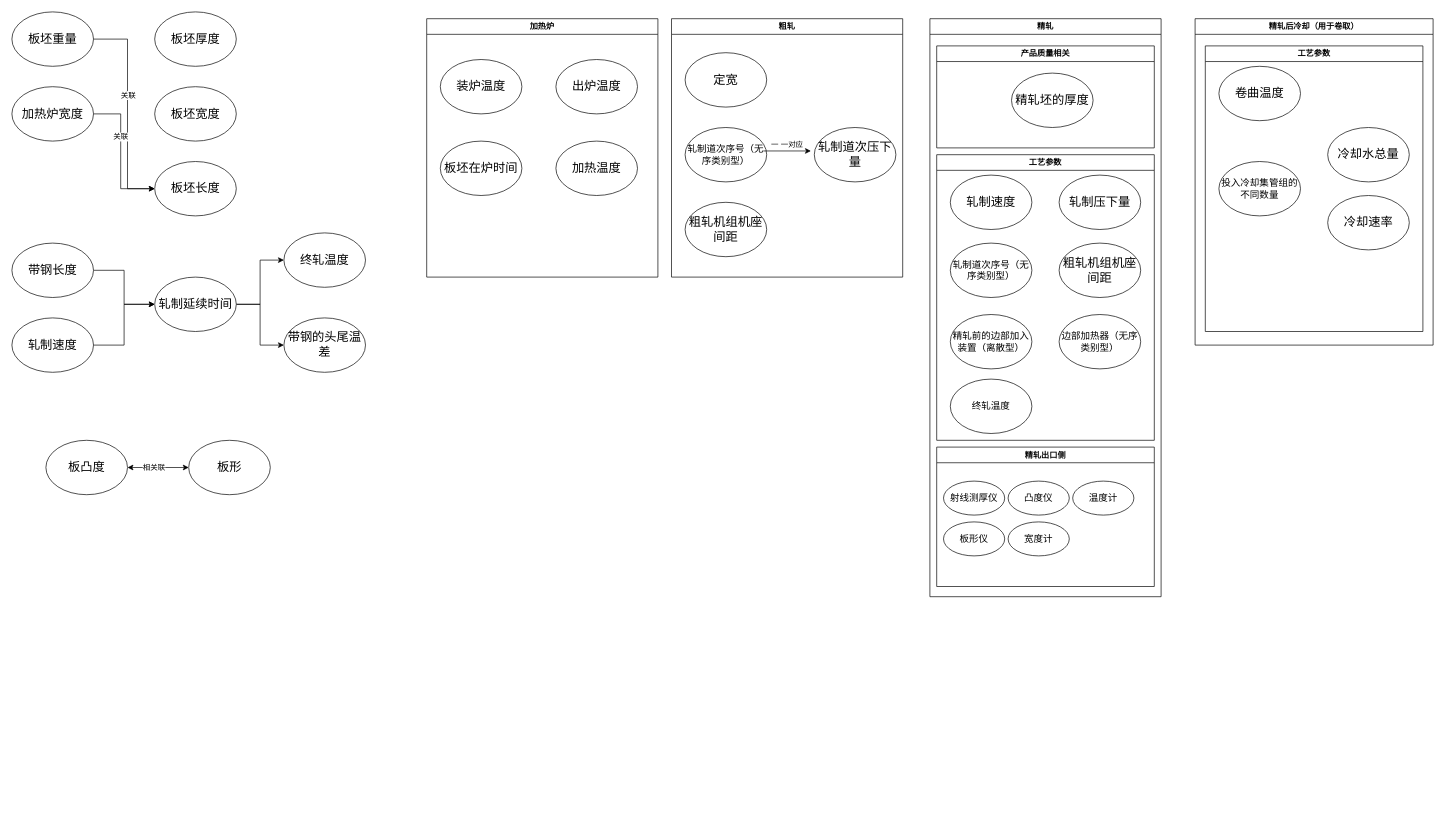
This is 未命名绘图.drawio from shenkongzhixia/math, a draw.io file, before an edit. Source tidied: cells renumbered, new cells numbered last; positions are measured from the earlier drawing's top-left corner, leaving out a move shared by most shapes. Both pictures are drawn from the tidied source at 68%, with x=0, y=0 at pixel (12, 12).
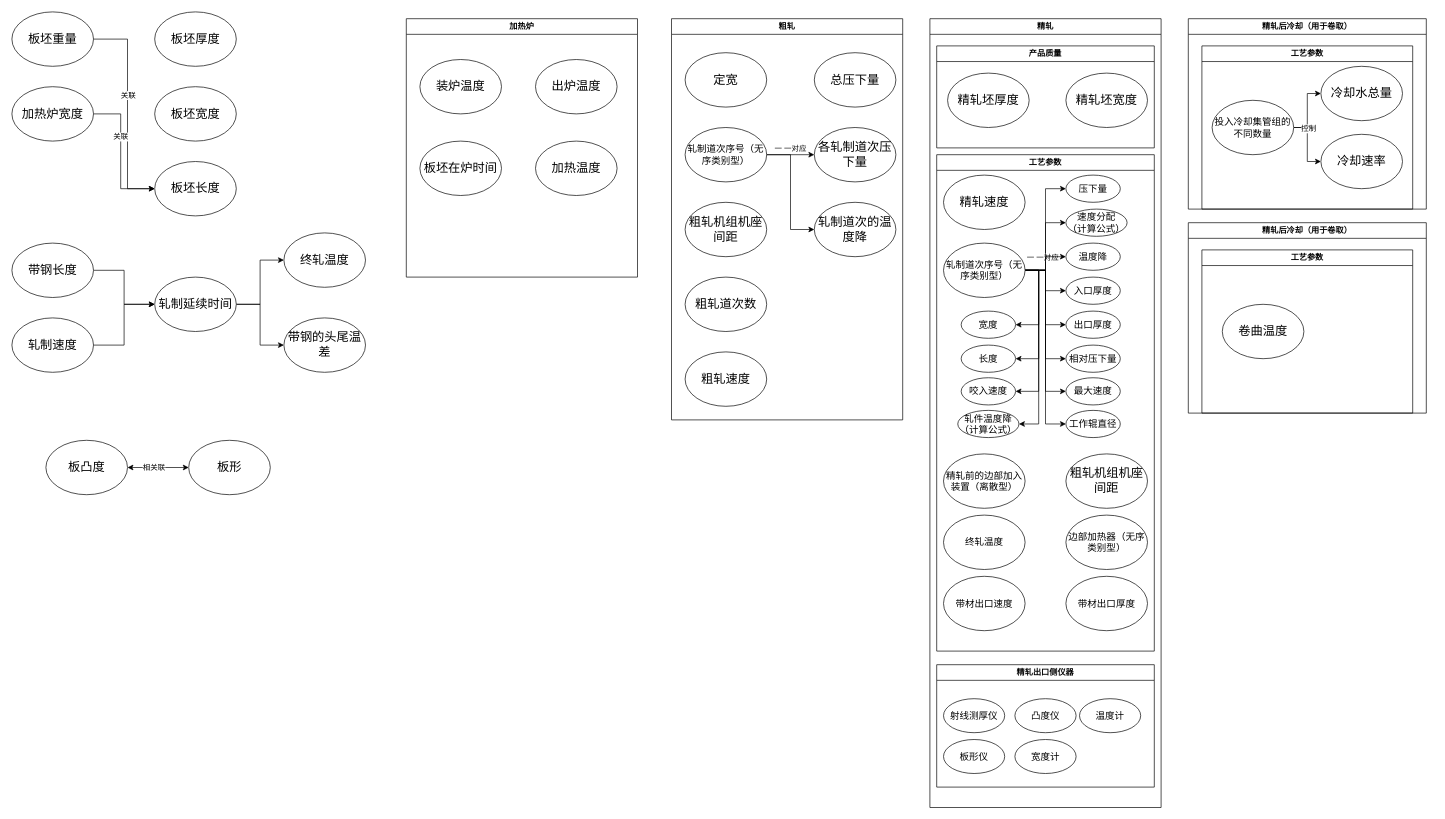
After the change.

Commit message:
更新未命名绘图.drawio

The change refers to these unchanged cells:
```xml
<mxCell id="27" value="&lt;font style=&quot;font-size: 14px;&quot;&gt;轧制道次序号（无序类别型）&lt;/font&gt;" style="ellipse;whiteSpace=wrap;html=1;" parent="25" vertex="1">
  <mxGeometry x="20" y="160" width="120" height="80" as="geometry" />
</mxCell>
```

What changed in the source:
```diff
@@
     <mxCell id="20" value="加热炉" style="swimlane;whiteSpace=wrap;html=1;startSize=23;" parent="1" vertex="1">
-      <mxGeometry x="610" y="10" width="340" height="380" as="geometry" />
+      <mxGeometry x="580" y="10" width="340" height="380" as="geometry" />
     </mxCell>
@@
     <mxCell id="25" value="粗轧" style="swimlane;whiteSpace=wrap;html=1;startSize=23;" parent="1" vertex="1">
-      <mxGeometry x="970" y="10" width="340" height="380" as="geometry" />
+      <mxGeometry x="970" y="10" width="340" height="590" as="geometry" />
     </mxCell>
@@
+    <mxCell id="59" style="edgeStyle=orthogonalEdgeStyle;rounded=0;jettySize=auto;html=1;exitX=1;exitY=0.5;exitDx=0;exitDy=0;entryX=0;entryY=0.5;entryDx=0;entryDy=0;" parent="25" edge="1" source="27" target="63">
+      <mxGeometry relative="1" as="geometry" />
+    </mxCell>
@@
-    <mxCell id="28" value="&lt;font style=&quot;font-size: 18px;&quot;&gt;轧制道次压下量&lt;/font&gt;" style="ellipse;whiteSpace=wrap;html=1;" parent="25" vertex="1">
+    <mxCell id="28" value="&lt;font style=&quot;font-size: 18px;&quot;&gt;各轧制道次压下量&lt;/font&gt;" style="ellipse;whiteSpace=wrap;html=1;" parent="25" vertex="1">
       <mxGeometry x="210" y="160" width="120" height="80" as="geometry" />
     </mxCell>
@@
-    <mxCell id="30" style="edgeStyle=orthogonalEdgeStyle;rounded=0;orthogonalLoop=1;jettySize=auto;html=1;exitX=1;exitY=0.5;exitDx=0;exitDy=0;" parent="25" edge="1">
-      <mxGeometry relative="1" as="geometry">
-        <mxPoint x="135" y="194.5" as="sourcePoint" />
-        <mxPoint x="205" y="194.5" as="targetPoint" />
-      </mxGeometry>
+    <mxCell id="30" style="edgeStyle=orthogonalEdgeStyle;rounded=0;jettySize=auto;html=1;entryX=0;entryY=0.5;entryDx=0;entryDy=0;exitX=1;exitY=0.5;exitDx=0;exitDy=0;" parent="25" edge="1" source="27" target="28">
+      <mxGeometry relative="1" as="geometry" />
     </mxCell>
@@
+    <mxCell id="60" value="&lt;span style=&quot;font-size: 18px;&quot;&gt;粗轧速度&lt;/span&gt;" style="ellipse;whiteSpace=wrap;html=1;" parent="25" vertex="1">
+      <mxGeometry x="20" y="490" width="120" height="80" as="geometry" />
+    </mxCell>
+    <mxCell id="61" value="&lt;span style=&quot;font-size: 18px;&quot;&gt;总压下量&lt;/span&gt;" style="ellipse;whiteSpace=wrap;html=1;" parent="25" vertex="1">
+      <mxGeometry x="210" y="50" width="120" height="80" as="geometry" />
+    </mxCell>
+    <mxCell id="62" value="&lt;span style=&quot;font-size: 18px;&quot;&gt;粗轧道次数&lt;/span&gt;" style="ellipse;whiteSpace=wrap;html=1;" parent="25" vertex="1">
+      <mxGeometry x="20" y="380" width="120" height="80" as="geometry" />
+    </mxCell>
+    <mxCell id="63" value="&lt;span style=&quot;font-size: 18px;&quot;&gt;轧制道次的温度降&lt;/span&gt;" style="ellipse;whiteSpace=wrap;html=1;" parent="25" vertex="1">
+      <mxGeometry x="210" y="270" width="120" height="80" as="geometry" />
+    </mxCell>
     <mxCell id="32" value="精轧" style="swimlane;whiteSpace=wrap;html=1;startSize=23;" parent="1" vertex="1">
-      <mxGeometry x="1350" y="10" width="340" height="850" as="geometry" />
+      <mxGeometry x="1350" y="10" width="340" height="1160" as="geometry" />
     </mxCell>
-    <mxCell id="33" value="精轧出口侧" style="swimlane;whiteSpace=wrap;html=1;" parent="32" vertex="1">
-      <mxGeometry x="10" y="630" width="320" height="205" as="geometry" />
+    <mxCell id="33" value="精轧出口侧仪器" style="swimlane;whiteSpace=wrap;html=1;" parent="32" vertex="1">
+      <mxGeometry x="10" y="950" width="320" height="180" as="geometry" />
     </mxCell>
@@
     <mxCell id="35" value="&lt;font style=&quot;font-size: 14px;&quot;&gt;凸度仪&lt;/font&gt;" style="ellipse;whiteSpace=wrap;html=1;" parent="33" vertex="1">
-      <mxGeometry x="105" y="50" width="90" height="50" as="geometry" />
+      <mxGeometry x="115" y="50" width="90" height="50" as="geometry" />
     </mxCell>
@@
     <mxCell id="37" value="&lt;font style=&quot;font-size: 14px;&quot;&gt;宽度计&lt;/font&gt;" style="ellipse;whiteSpace=wrap;html=1;" parent="33" vertex="1">
-      <mxGeometry x="105" y="110" width="90" height="50" as="geometry" />
+      <mxGeometry x="115" y="110" width="90" height="50" as="geometry" />
     </mxCell>
     <mxCell id="38" value="&lt;font style=&quot;font-size: 14px;&quot;&gt;温度计&lt;/font&gt;" style="ellipse;whiteSpace=wrap;html=1;" parent="33" vertex="1">
-      <mxGeometry x="200" y="50" width="90" height="50" as="geometry" />
+      <mxGeometry x="210" y="50" width="90" height="50" as="geometry" />
     </mxCell>
-    <mxCell id="39" value="产品质量相关" style="swimlane;whiteSpace=wrap;html=1;" parent="32" vertex="1">
+    <mxCell id="39" value="产品质量" style="swimlane;whiteSpace=wrap;html=1;" parent="32" vertex="1">
       <mxGeometry x="10" y="40" width="320" height="150" as="geometry" />
     </mxCell>
-    <mxCell id="40" value="&lt;span style=&quot;font-size: 18px;&quot;&gt;精轧坯的厚度&lt;/span&gt;" style="ellipse;whiteSpace=wrap;html=1;" parent="39" vertex="1">
-      <mxGeometry x="110" y="40" width="120" height="80" as="geometry" />
+    <mxCell id="40" value="&lt;span style=&quot;font-size: 18px;&quot;&gt;精轧坯厚度&lt;/span&gt;" style="ellipse;whiteSpace=wrap;html=1;" parent="39" vertex="1">
+      <mxGeometry x="16" y="40" width="120" height="80" as="geometry" />
     </mxCell>
+    <mxCell id="64" value="&lt;font style=&quot;font-size: 18px;&quot;&gt;精轧坯宽度&lt;/font&gt;" style="ellipse;whiteSpace=wrap;html=1;" parent="39" vertex="1">
+      <mxGeometry x="190" y="40" width="120" height="80" as="geometry" />
+    </mxCell>
     <mxCell id="41" value="工艺参数" style="swimlane;whiteSpace=wrap;html=1;" parent="32" vertex="1">
-      <mxGeometry x="10" y="200" width="320" height="420" as="geometry" />
+      <mxGeometry x="10" y="200" width="320" height="730" as="geometry" />
     </mxCell>
-    <mxCell id="42" value="&lt;span style=&quot;font-size: 18px;&quot;&gt;轧制速度&lt;/span&gt;" style="ellipse;whiteSpace=wrap;html=1;" parent="41" vertex="1">
-      <mxGeometry x="20" y="30" width="120" height="80" as="geometry" />
+    <mxCell id="42" value="&lt;span style=&quot;font-size: 18px;&quot;&gt;精轧速度&lt;/span&gt;" style="ellipse;whiteSpace=wrap;html=1;" parent="41" vertex="1">
+      <mxGeometry x="10" y="30" width="120" height="80" as="geometry" />
     </mxCell>
-    <mxCell id="43" value="&lt;font style=&quot;font-size: 18px;&quot;&gt;轧制压下量&lt;/font&gt;" style="ellipse;whiteSpace=wrap;html=1;" parent="41" vertex="1">
-      <mxGeometry x="180" y="30" width="120" height="80" as="geometry" />
+    <mxCell id="43" value="&lt;font style=&quot;font-size: 14px;&quot;&gt;压下量&lt;/font&gt;" style="ellipse;whiteSpace=wrap;html=1;" parent="41" vertex="1">
+      <mxGeometry x="190" y="30" width="80" height="40" as="geometry" />
     </mxCell>
     <mxCell id="44" value="&lt;font style=&quot;font-size: 18px;&quot;&gt;粗轧机组机座间距&lt;/font&gt;" style="ellipse;whiteSpace=wrap;html=1;" parent="41" vertex="1">
-      <mxGeometry x="180" y="130" width="120" height="80" as="geometry" />
+      <mxGeometry x="190" y="440" width="120" height="80" as="geometry" />
     </mxCell>
+    <mxCell id="65" style="edgeStyle=orthogonalEdgeStyle;rounded=0;jettySize=auto;html=1;exitX=1;exitY=0.5;exitDx=0;exitDy=0;entryX=0;entryY=0.5;entryDx=0;entryDy=0;" parent="41" edge="1" source="45" target="78">
+      <mxGeometry relative="1" as="geometry" />
+    </mxCell>
+    <mxCell id="66" value="一 一对应" style="edgeLabel;html=1;align=center;verticalAlign=middle;" parent="65" vertex="1">
+      <mxGeometry x="0.2" y="-1" relative="1" as="geometry">
+        <mxPoint x="-6" y="28" as="offset" />
+      </mxGeometry>
+    </mxCell>
+    <mxCell id="67" style="edgeStyle=orthogonalEdgeStyle;rounded=0;jettySize=auto;html=1;exitX=1;exitY=0.5;exitDx=0;exitDy=0;entryX=0;entryY=0.5;entryDx=0;entryDy=0;" parent="41" edge="1" source="45" target="43">
+      <mxGeometry relative="1" as="geometry" />
+    </mxCell>
+    <mxCell id="68" style="edgeStyle=orthogonalEdgeStyle;rounded=0;jettySize=auto;html=1;exitX=1;exitY=0.5;exitDx=0;exitDy=0;entryX=0;entryY=0.5;entryDx=0;entryDy=0;" parent="41" edge="1" source="45" target="79">
+      <mxGeometry relative="1" as="geometry" />
+    </mxCell>
+    <mxCell id="69" style="edgeStyle=orthogonalEdgeStyle;rounded=0;jettySize=auto;html=1;exitX=1;exitY=0.5;exitDx=0;exitDy=0;entryX=0;entryY=0.5;entryDx=0;entryDy=0;" parent="41" edge="1" source="45" target="83">
+      <mxGeometry relative="1" as="geometry" />
+    </mxCell>
+    <mxCell id="70" style="edgeStyle=orthogonalEdgeStyle;rounded=0;jettySize=auto;html=1;exitX=1;exitY=0.5;exitDx=0;exitDy=0;entryX=0;entryY=0.5;entryDx=0;entryDy=0;" parent="41" edge="1" source="45" target="82">
+      <mxGeometry relative="1" as="geometry" />
+    </mxCell>
+    <mxCell id="71" style="edgeStyle=orthogonalEdgeStyle;rounded=0;jettySize=auto;html=1;exitX=1;exitY=0.5;exitDx=0;exitDy=0;entryX=0;entryY=0.5;entryDx=0;entryDy=0;" parent="41" edge="1" source="45" target="84">
+      <mxGeometry relative="1" as="geometry" />
+    </mxCell>
+    <mxCell id="72" style="edgeStyle=orthogonalEdgeStyle;rounded=0;jettySize=auto;html=1;exitX=1;exitY=0.5;exitDx=0;exitDy=0;entryX=1;entryY=0.5;entryDx=0;entryDy=0;" parent="41" edge="1" source="45" target="85">
+      <mxGeometry relative="1" as="geometry" />
+    </mxCell>
+    <mxCell id="73" style="edgeStyle=orthogonalEdgeStyle;rounded=0;jettySize=auto;html=1;exitX=1;exitY=0.5;exitDx=0;exitDy=0;entryX=0;entryY=0.5;entryDx=0;entryDy=0;" parent="41" edge="1" source="45" target="88">
+      <mxGeometry relative="1" as="geometry" />
+    </mxCell>
+    <mxCell id="74" style="edgeStyle=orthogonalEdgeStyle;rounded=0;jettySize=auto;html=1;exitX=1;exitY=0.5;exitDx=0;exitDy=0;entryX=0;entryY=0.5;entryDx=0;entryDy=0;" parent="41" edge="1" source="45" target="89">
+      <mxGeometry relative="1" as="geometry" />
+    </mxCell>
+    <mxCell id="75" style="edgeStyle=orthogonalEdgeStyle;rounded=0;jettySize=auto;html=1;exitX=1;exitY=0.5;exitDx=0;exitDy=0;entryX=1;entryY=0.5;entryDx=0;entryDy=0;" parent="41" edge="1" source="45" target="86">
+      <mxGeometry relative="1" as="geometry" />
+    </mxCell>
+    <mxCell id="76" style="edgeStyle=orthogonalEdgeStyle;rounded=0;jettySize=auto;html=1;exitX=1;exitY=0.5;exitDx=0;exitDy=0;entryX=1;entryY=0.5;entryDx=0;entryDy=0;" parent="41" edge="1" source="45" target="87">
+      <mxGeometry relative="1" as="geometry" />
+    </mxCell>
+    <mxCell id="77" style="edgeStyle=orthogonalEdgeStyle;rounded=0;jettySize=auto;html=1;exitX=1;exitY=0.5;exitDx=0;exitDy=0;entryX=1;entryY=0.5;entryDx=0;entryDy=0;" parent="41" edge="1" source="45" target="90">
+      <mxGeometry relative="1" as="geometry" />
+    </mxCell>
     <mxCell id="45" value="&lt;font style=&quot;font-size: 14px;&quot;&gt;轧制道次序号（无序类别型）&lt;/font&gt;" style="ellipse;whiteSpace=wrap;html=1;" parent="41" vertex="1">
-      <mxGeometry x="20" y="130" width="120" height="80" as="geometry" />
+      <mxGeometry x="10" y="130" width="120" height="80" as="geometry" />
     </mxCell>
     <mxCell id="46" value="&lt;font style=&quot;font-size: 14px;&quot;&gt;精轧前的边部加入装置（离散型）&lt;/font&gt;" style="ellipse;whiteSpace=wrap;html=1;" parent="41" vertex="1">
-      <mxGeometry x="20" y="235" width="120" height="80" as="geometry" />
+      <mxGeometry x="10" y="440" width="120" height="80" as="geometry" />
     </mxCell>
     <mxCell id="47" value="&lt;font style=&quot;font-size: 14px;&quot;&gt;边部加热器（无序类别型）&lt;/font&gt;" style="ellipse;whiteSpace=wrap;html=1;" parent="41" vertex="1">
-      <mxGeometry x="180" y="235" width="120" height="80" as="geometry" />
+      <mxGeometry x="190" y="530" width="120" height="80" as="geometry" />
     </mxCell>
     <mxCell id="48" value="&lt;font style=&quot;font-size: 14px;&quot;&gt;终轧温度&lt;/font&gt;" style="ellipse;whiteSpace=wrap;html=1;" parent="41" vertex="1">
-      <mxGeometry x="20" y="330" width="120" height="80" as="geometry" />
+      <mxGeometry x="10" y="530" width="120" height="80" as="geometry" />
     </mxCell>
+    <mxCell id="78" value="&lt;font style=&quot;font-size: 14px;&quot;&gt;速度分配&lt;br&gt;（计算公式）&lt;/font&gt;" style="ellipse;whiteSpace=wrap;html=1;" parent="41" vertex="1">
+      <mxGeometry x="190" y="80" width="90" height="40" as="geometry" />
+    </mxCell>
+    <mxCell id="79" value="&lt;font style=&quot;font-size: 14px;&quot;&gt;温度降&lt;/font&gt;" style="ellipse;whiteSpace=wrap;html=1;" parent="41" vertex="1">
+      <mxGeometry x="190" y="130" width="80" height="40" as="geometry" />
+    </mxCell>
+    <mxCell id="80" value="&lt;font style=&quot;font-size: 14px;&quot;&gt;带材出口速度&lt;/font&gt;" style="ellipse;whiteSpace=wrap;html=1;" parent="41" vertex="1">
+      <mxGeometry x="10" y="620" width="120" height="80" as="geometry" />
+    </mxCell>
+    <mxCell id="81" value="&lt;font style=&quot;font-size: 14px;&quot;&gt;带材出口厚度&lt;/font&gt;" style="ellipse;whiteSpace=wrap;html=1;" parent="41" vertex="1">
+      <mxGeometry x="190" y="620" width="120" height="80" as="geometry" />
+    </mxCell>
+    <mxCell id="82" value="&lt;font style=&quot;font-size: 14px;&quot;&gt;入口厚度&lt;/font&gt;" style="ellipse;whiteSpace=wrap;html=1;" parent="41" vertex="1">
+      <mxGeometry x="190" y="180" width="80" height="40" as="geometry" />
+    </mxCell>
+    <mxCell id="83" value="&lt;font style=&quot;font-size: 14px;&quot;&gt;出口厚度&lt;/font&gt;" style="ellipse;whiteSpace=wrap;html=1;" parent="41" vertex="1">
+      <mxGeometry x="190" y="230" width="80" height="40" as="geometry" />
+    </mxCell>
+    <mxCell id="84" value="&lt;font style=&quot;font-size: 14px;&quot;&gt;相对压下量&lt;/font&gt;" style="ellipse;whiteSpace=wrap;html=1;" parent="41" vertex="1">
+      <mxGeometry x="190" y="280" width="80" height="40" as="geometry" />
+    </mxCell>
+    <mxCell id="85" value="&lt;font style=&quot;font-size: 14px;&quot;&gt;宽度&lt;/font&gt;" style="ellipse;whiteSpace=wrap;html=1;" parent="41" vertex="1">
+      <mxGeometry x="36" y="230" width="80" height="40" as="geometry" />
+    </mxCell>
+    <mxCell id="86" value="&lt;font style=&quot;font-size: 14px;&quot;&gt;长度&lt;/font&gt;" style="ellipse;whiteSpace=wrap;html=1;" parent="41" vertex="1">
+      <mxGeometry x="36" y="280" width="80" height="40" as="geometry" />
+    </mxCell>
+    <mxCell id="87" value="&lt;span style=&quot;font-size: 14px;&quot;&gt;咬入速度&lt;/span&gt;" style="ellipse;whiteSpace=wrap;html=1;" parent="41" vertex="1">
+      <mxGeometry x="36" y="328" width="80" height="40" as="geometry" />
+    </mxCell>
+    <mxCell id="88" value="&lt;span style=&quot;font-size: 14px;&quot;&gt;最大速度&lt;/span&gt;" style="ellipse;whiteSpace=wrap;html=1;" parent="41" vertex="1">
+      <mxGeometry x="190" y="328" width="80" height="40" as="geometry" />
+    </mxCell>
+    <mxCell id="89" value="&lt;span style=&quot;font-size: 14px;&quot;&gt;工作辊直径&lt;/span&gt;" style="ellipse;whiteSpace=wrap;html=1;" parent="41" vertex="1">
+      <mxGeometry x="190" y="376" width="80" height="40" as="geometry" />
+    </mxCell>
+    <mxCell id="90" value="&lt;font style=&quot;font-size: 14px;&quot;&gt;轧件温度降&lt;br&gt;（计算公式）&lt;/font&gt;" style="ellipse;whiteSpace=wrap;html=1;" parent="41" vertex="1">
+      <mxGeometry x="31" y="376" width="90" height="40" as="geometry" />
+    </mxCell>
@@
     <mxCell id="53" value="精轧后冷却（用于卷取）" style="swimlane;whiteSpace=wrap;html=1;" parent="1" vertex="1">
-      <mxGeometry x="1740" y="10" width="350" height="480" as="geometry" />
+      <mxGeometry x="1730" y="10" width="350" height="280" as="geometry" />
     </mxCell>
-    <mxCell id="54" value="工艺参数" style="swimlane;whiteSpace=wrap;html=1;" parent="53" vertex="1">
-      <mxGeometry x="15" y="40" width="320" height="420" as="geometry" />
+    <mxCell id="54" value="工艺参数" style="swimlane;whiteSpace=wrap;html=1;direction=east;" parent="53" vertex="1">
+      <mxGeometry x="20" y="40" width="310" height="240" as="geometry" />
     </mxCell>
-    <mxCell id="55" value="&lt;span style=&quot;font-size: 18px;&quot;&gt;卷曲温度&lt;/span&gt;" style="ellipse;whiteSpace=wrap;html=1;" parent="54" vertex="1">
-      <mxGeometry x="20" y="30" width="120" height="80" as="geometry" />
-    </mxCell>
     <mxCell id="56" value="&lt;span style=&quot;font-size: 18px;&quot;&gt;冷却水总量&lt;/span&gt;" style="ellipse;whiteSpace=wrap;html=1;" parent="54" vertex="1">
-      <mxGeometry x="180" y="120" width="120" height="80" as="geometry" />
+      <mxGeometry x="175" y="30" width="120" height="80" as="geometry" />
     </mxCell>
     <mxCell id="57" value="&lt;font style=&quot;font-size: 18px;&quot;&gt;冷却速率&lt;/font&gt;" style="ellipse;whiteSpace=wrap;html=1;" parent="54" vertex="1">
-      <mxGeometry x="180" y="220" width="120" height="80" as="geometry" />
+      <mxGeometry x="175" y="130" width="120" height="80" as="geometry" />
     </mxCell>
+    <mxCell id="91" style="edgeStyle=orthogonalEdgeStyle;rounded=0;jettySize=auto;html=1;exitX=1;exitY=0.5;exitDx=0;exitDy=0;entryX=0;entryY=0.5;entryDx=0;entryDy=0;" parent="54" edge="1" source="58" target="56">
+      <mxGeometry relative="1" as="geometry" />
+    </mxCell>
+    <mxCell id="92" style="edgeStyle=orthogonalEdgeStyle;rounded=0;jettySize=auto;html=1;exitX=1;exitY=0.5;exitDx=0;exitDy=0;entryX=0;entryY=0.5;entryDx=0;entryDy=0;" parent="54" edge="1" source="58" target="57">
+      <mxGeometry relative="1" as="geometry" />
+    </mxCell>
+    <mxCell id="93" value="控制" style="edgeLabel;html=1;align=center;verticalAlign=middle;" parent="92" vertex="1">
+      <mxGeometry x="-0.54" y="1" relative="1" as="geometry" />
+    </mxCell>
     <mxCell id="58" value="&lt;font style=&quot;font-size: 14px;&quot;&gt;投入冷却集管组的不同数量&lt;/font&gt;" style="ellipse;whiteSpace=wrap;html=1;" parent="54" vertex="1">
-      <mxGeometry x="20" y="170" width="120" height="80" as="geometry" />
+      <mxGeometry x="15" y="80" width="120" height="80" as="geometry" />
     </mxCell>
+    <mxCell id="94" value="精轧后冷却（用于卷取）" style="swimlane;whiteSpace=wrap;html=1;" parent="1" vertex="1">
+      <mxGeometry x="1730" y="310" width="350" height="280" as="geometry" />
+    </mxCell>
+    <mxCell id="95" value="工艺参数" style="swimlane;whiteSpace=wrap;html=1;direction=east;" parent="94" vertex="1">
+      <mxGeometry x="20" y="40" width="310" height="240" as="geometry" />
+    </mxCell>
+    <mxCell id="55" value="&lt;span style=&quot;font-size: 18px;&quot;&gt;卷曲温度&lt;/span&gt;" style="ellipse;whiteSpace=wrap;html=1;" parent="95" vertex="1">
+      <mxGeometry x="30" y="80" width="120" height="80" as="geometry" />
+    </mxCell>
```
